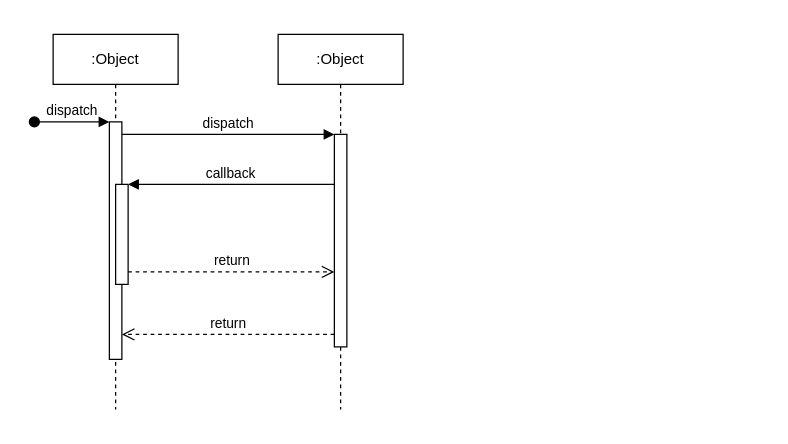
Above: SeqDiagram.drawio in JunathanRichie/KPPL-Pertemuan-5 (draw.io), before the change. Source tidied: cells renumbered, new cells numbered last; positions are measured from the earlier drawing's top-left corner, leaving out a move shared by most shapes. Both pictures are drawn from the tidied source at 125%, with x=0, y=0 at pixel (34, 34).
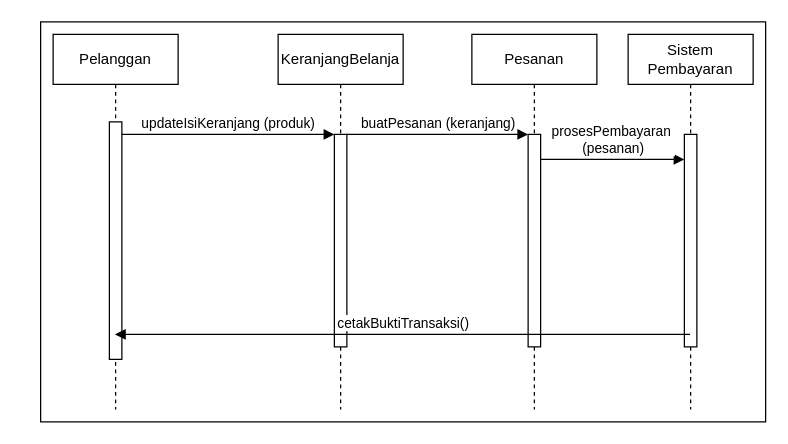
The same diagram, later.

Unchanged cells that the change refers to:
```xml
<mxCell id="3" style="html=1;points=[];perimeter=orthogonalPerimeter;outlineConnect=0;targetShapes=umlLifeline;portConstraint=eastwest;newEdgeStyle={&quot;edgeStyle&quot;:&quot;elbowEdgeStyle&quot;,&quot;elbow&quot;:&quot;vertical&quot;,&quot;curved&quot;:0,&quot;rounded&quot;:0};" parent="2" vertex="1">
  <mxGeometry x="45" y="70" width="10" height="190" as="geometry" />
</mxCell>
<mxCell id="7" style="html=1;points=[];perimeter=orthogonalPerimeter;outlineConnect=0;targetShapes=umlLifeline;portConstraint=eastwest;newEdgeStyle={&quot;edgeStyle&quot;:&quot;elbowEdgeStyle&quot;,&quot;elbow&quot;:&quot;vertical&quot;,&quot;curved&quot;:0,&quot;rounded&quot;:0};" parent="6" vertex="1">
  <mxGeometry x="45" y="80" width="10" height="170" as="geometry" />
</mxCell>
```

The edit, as a diff of the source:
```diff
@@
+    <mxCell id="12" style="rounded=0;whiteSpace=wrap;html=1;" parent="1" vertex="1">
+      <mxGeometry x="5" y="-10" width="580" height="320" as="geometry" />
+    </mxCell>
-    <mxCell id="2" value=":Object" style="shape=umlLifeline;perimeter=lifelinePerimeter;whiteSpace=wrap;html=1;newEdgeStyle={&quot;edgeStyle&quot;:&quot;elbowEdgeStyle&quot;,&quot;elbow&quot;:&quot;vertical&quot;,&quot;curved&quot;:0,&quot;rounded&quot;:0};" parent="1" vertex="1">
+    <mxCell id="2" value="Pelanggan" style="shape=umlLifeline;perimeter=lifelinePerimeter;whiteSpace=wrap;html=1;newEdgeStyle={&quot;edgeStyle&quot;:&quot;elbowEdgeStyle&quot;,&quot;elbow&quot;:&quot;vertical&quot;,&quot;curved&quot;:0,&quot;rounded&quot;:0};" parent="1" vertex="1">
       <mxGeometry x="15" width="100" height="300" as="geometry" />
     </mxCell>
@@
-    <mxCell id="4" value="dispatch" style="html=1;verticalAlign=bottom;startArrow=oval;endArrow=block;startSize=8;edgeStyle=elbowEdgeStyle;elbow=vertical;curved=0;rounded=0;" parent="2" edge="1" target="3">
-      <mxGeometry relative="1" as="geometry">
-        <mxPoint x="-15" y="70" as="sourcePoint" />
-      </mxGeometry>
-    </mxCell>
-    <mxCell id="5" style="html=1;points=[];perimeter=orthogonalPerimeter;outlineConnect=0;targetShapes=umlLifeline;portConstraint=eastwest;newEdgeStyle={&quot;edgeStyle&quot;:&quot;elbowEdgeStyle&quot;,&quot;elbow&quot;:&quot;vertical&quot;,&quot;curved&quot;:0,&quot;rounded&quot;:0};" parent="2" vertex="1">
-      <mxGeometry x="50" y="120" width="10" height="80" as="geometry" />
-    </mxCell>
-    <mxCell id="6" value=":Object" style="shape=umlLifeline;perimeter=lifelinePerimeter;whiteSpace=wrap;html=1;newEdgeStyle={&quot;edgeStyle&quot;:&quot;elbowEdgeStyle&quot;,&quot;elbow&quot;:&quot;vertical&quot;,&quot;curved&quot;:0,&quot;rounded&quot;:0};" parent="1" vertex="1">
+    <mxCell id="6" value="KeranjangBelanja" style="shape=umlLifeline;perimeter=lifelinePerimeter;whiteSpace=wrap;html=1;newEdgeStyle={&quot;edgeStyle&quot;:&quot;elbowEdgeStyle&quot;,&quot;elbow&quot;:&quot;vertical&quot;,&quot;curved&quot;:0,&quot;rounded&quot;:0};" parent="1" vertex="1">
       <mxGeometry x="195" width="100" height="300" as="geometry" />
     </mxCell>
@@
-    <mxCell id="8" value="dispatch" style="html=1;verticalAlign=bottom;endArrow=block;edgeStyle=elbowEdgeStyle;elbow=vertical;curved=0;rounded=0;" parent="1" edge="1" source="3" target="7">
+    <mxCell id="8" value="updateIsiKeranjang (produk)" style="html=1;verticalAlign=bottom;endArrow=block;edgeStyle=elbowEdgeStyle;elbow=vertical;curved=0;rounded=0;" parent="1" edge="1" source="3" target="7">
       <mxGeometry relative="1" as="geometry">
         <Array as="points">
           <mxPoint x="155" y="80" />
         </Array>
       </mxGeometry>
     </mxCell>
-    <mxCell id="9" value="return" style="html=1;verticalAlign=bottom;endArrow=open;dashed=1;endSize=8;edgeStyle=elbowEdgeStyle;elbow=vertical;curved=0;rounded=0;" parent="1" edge="1" source="7" target="3">
-      <mxGeometry relative="1" as="geometry">
-        <Array as="points">
-          <mxPoint x="165" y="240" />
-        </Array>
-      </mxGeometry>
-    </mxCell>
-    <mxCell id="10" value="callback" style="html=1;verticalAlign=bottom;endArrow=block;edgeStyle=elbowEdgeStyle;elbow=vertical;curved=0;rounded=0;" parent="1" edge="1" source="7" target="5">
-      <mxGeometry relative="1" as="geometry">
-        <Array as="points">
-          <mxPoint x="165" y="120" />
-        </Array>
-      </mxGeometry>
-    </mxCell>
-    <mxCell id="11" value="return" style="html=1;verticalAlign=bottom;endArrow=open;dashed=1;endSize=8;edgeStyle=elbowEdgeStyle;elbow=vertical;curved=0;rounded=0;" parent="1" edge="1" source="5" target="7">
-      <mxGeometry relative="1" as="geometry">
-        <Array as="points">
-          <mxPoint x="155" y="190" />
-        </Array>
-      </mxGeometry>
-    </mxCell>
+    <mxCell id="13" value="Pesanan" style="shape=umlLifeline;perimeter=lifelinePerimeter;whiteSpace=wrap;html=1;newEdgeStyle={&quot;edgeStyle&quot;:&quot;elbowEdgeStyle&quot;,&quot;elbow&quot;:&quot;vertical&quot;,&quot;curved&quot;:0,&quot;rounded&quot;:0};" parent="1" vertex="1">
+      <mxGeometry x="350" width="100" height="300" as="geometry" />
+    </mxCell>
+    <mxCell id="14" style="html=1;points=[];perimeter=orthogonalPerimeter;outlineConnect=0;targetShapes=umlLifeline;portConstraint=eastwest;newEdgeStyle={&quot;edgeStyle&quot;:&quot;elbowEdgeStyle&quot;,&quot;elbow&quot;:&quot;vertical&quot;,&quot;curved&quot;:0,&quot;rounded&quot;:0};" parent="13" vertex="1">
+      <mxGeometry x="45" y="80" width="10" height="170" as="geometry" />
+    </mxCell>
+    <mxCell id="15" value="buatPesanan (keranjang)" style="html=1;verticalAlign=bottom;endArrow=block;edgeStyle=elbowEdgeStyle;elbow=vertical;curved=0;rounded=0;" parent="1" edge="1" source="7">
+      <mxGeometry relative="1" as="geometry">
+        <mxPoint x="395" y="80" as="targetPoint" />
+        <Array as="points">
+          <mxPoint x="330" y="80" />
+        </Array>
+      </mxGeometry>
+    </mxCell>
+    <mxCell id="16" value="Sistem&lt;div&gt;Pembayaran&lt;/div&gt;" style="shape=umlLifeline;perimeter=lifelinePerimeter;whiteSpace=wrap;html=1;newEdgeStyle={&quot;edgeStyle&quot;:&quot;elbowEdgeStyle&quot;,&quot;elbow&quot;:&quot;vertical&quot;,&quot;curved&quot;:0,&quot;rounded&quot;:0};" parent="1" vertex="1">
+      <mxGeometry x="475" width="100" height="300" as="geometry" />
+    </mxCell>
+    <mxCell id="17" style="html=1;points=[];perimeter=orthogonalPerimeter;outlineConnect=0;targetShapes=umlLifeline;portConstraint=eastwest;newEdgeStyle={&quot;edgeStyle&quot;:&quot;elbowEdgeStyle&quot;,&quot;elbow&quot;:&quot;vertical&quot;,&quot;curved&quot;:0,&quot;rounded&quot;:0};" parent="16" vertex="1">
+      <mxGeometry x="45" y="80" width="10" height="170" as="geometry" />
+    </mxCell>
+    <mxCell id="18" value="prosesPembayaran&amp;nbsp;&lt;div&gt;(pesanan)&lt;/div&gt;" style="html=1;verticalAlign=bottom;endArrow=block;edgeStyle=elbowEdgeStyle;elbow=vertical;curved=0;rounded=0;" parent="1" edge="1" source="14" target="17">
+      <mxGeometry relative="1" as="geometry">
+        <Array as="points">
+          <mxPoint x="415" y="100" />
+        </Array>
+      </mxGeometry>
+    </mxCell>
+    <mxCell id="19" value="cetakBuktiTransaksi()" style="html=1;verticalAlign=bottom;endArrow=block;edgeStyle=elbowEdgeStyle;elbow=vertical;curved=0;rounded=0;" parent="1" edge="1">
+      <mxGeometry relative="1" as="geometry">
+        <mxPoint x="524.5" y="240" as="sourcePoint" />
+        <mxPoint x="64.5" y="240" as="targetPoint" />
+        <Array as="points">
+          <mxPoint x="295" y="240" />
+        </Array>
+      </mxGeometry>
+    </mxCell>
```
